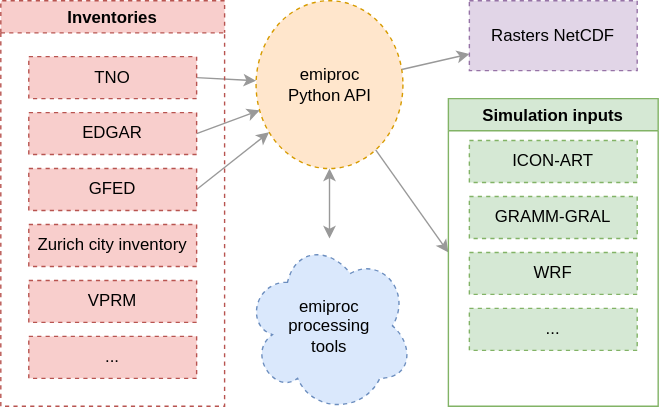
C2SM-RCM/emiproc keeps this draw.io diagram as docs/source/diagrams/pipeline.drawio.svg. Above is the earlier version. Source tidied: cells renumbered, new cells last; positions are measured from the earlier drawing's top-left corner, leaving out a move shared by most shapes.
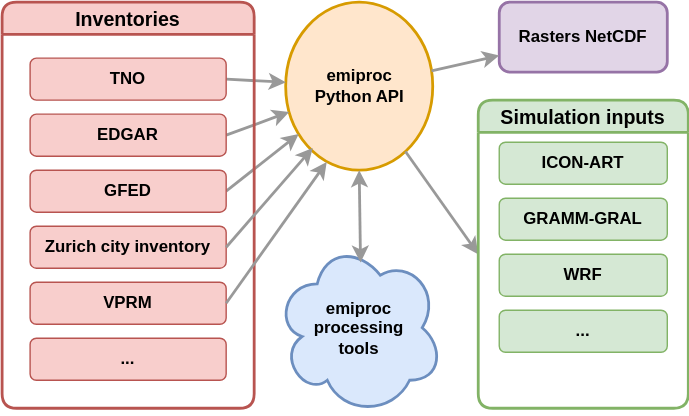
After the change.

Diff of the diagram source:
```diff
@@ -2,68 +2,78 @@
   <root>
     <mxCell id="0" />
     <mxCell id="1" parent="0" />
-    <mxCell id="2" value="emiproc&lt;br&gt;Python API" style="ellipse;whiteSpace=wrap;html=1;dashed=1;fillColor=#ffe6cc;strokeColor=#d79b00;" parent="1" vertex="1">
+    <mxCell id="2" value="emiproc&lt;br style=&quot;font-size: 12px;&quot;&gt;Python API" style="ellipse;whiteSpace=wrap;html=1;fillColor=#ffe6cc;strokeColor=#d79b00;strokeWidth=2;fontFamily=Helvetica;shadow=0;sketch=0;fontSize=12;fontStyle=1;" parent="1" vertex="1">
       <mxGeometry x="182.5" width="105" height="120" as="geometry" />
     </mxCell>
-    <mxCell id="3" style="endArrow=classic;html=1;rounded=0;exitX=1;exitY=0.5;exitDx=0;exitDy=0;fillColor=#f5f5f5;strokeColor=#999999;" parent="1" edge="1" source="11" target="2">
+    <mxCell id="3" style="endArrow=classic;html=1;rounded=0;exitX=1;exitY=0.5;exitDx=0;exitDy=0;fillColor=#f5f5f5;strokeColor=#999999;strokeWidth=2;fontFamily=Helvetica;shadow=0;sketch=0;fontStyle=1;" parent="1" edge="1" source="11" target="2">
       <mxGeometry relative="1" as="geometry" />
     </mxCell>
-    <mxCell id="4" style="endArrow=classic;html=1;rounded=0;fillColor=#f5f5f5;strokeColor=#999999;exitX=1;exitY=0.5;exitDx=0;exitDy=0;" parent="1" edge="1" source="12" target="2">
+    <mxCell id="4" style="endArrow=classic;html=1;fillColor=#f5f5f5;strokeColor=#999999;exitX=1;exitY=0.5;exitDx=0;exitDy=0;strokeWidth=2;fontFamily=Helvetica;shadow=0;sketch=0;jumpStyle=none;rounded=0;fontStyle=1;" parent="1" edge="1" source="12" target="2">
       <mxGeometry relative="1" as="geometry" />
     </mxCell>
-    <mxCell id="5" style="endArrow=classic;html=1;rounded=0;exitX=1;exitY=0.5;exitDx=0;exitDy=0;fillColor=#f5f5f5;strokeColor=#999999;" parent="1" edge="1" source="9" target="2">
+    <mxCell id="5" style="endArrow=classic;html=1;rounded=0;exitX=1;exitY=0.5;exitDx=0;exitDy=0;fillColor=#f5f5f5;strokeColor=#999999;strokeWidth=2;fontFamily=Helvetica;shadow=0;sketch=0;fontStyle=1;" parent="1" edge="1" source="9" target="2">
       <mxGeometry relative="1" as="geometry" />
     </mxCell>
-    <mxCell id="6" value="emiproc&lt;br&gt;processing&lt;br&gt;tools" style="ellipse;shape=cloud;whiteSpace=wrap;html=1;dashed=1;fillColor=#dae8fc;strokeColor=#6c8ebf;" parent="1" vertex="1">
+    <mxCell id="6" value="emiproc&lt;br style=&quot;font-size: 12px;&quot;&gt;processing&lt;br style=&quot;font-size: 12px;&quot;&gt;tools" style="ellipse;shape=cloud;whiteSpace=wrap;html=1;fillColor=#dae8fc;strokeColor=#6c8ebf;strokeWidth=2;fontFamily=Helvetica;shadow=0;sketch=0;fontSize=12;fontStyle=1;" parent="1" vertex="1">
       <mxGeometry x="175" y="170" width="120" height="125" as="geometry" />
     </mxCell>
-    <mxCell id="7" style="endArrow=classic;html=1;rounded=0;entryX=0;entryY=0.5;entryDx=0;entryDy=0;fillColor=#f5f5f5;strokeColor=#999999;" parent="1" edge="1" source="2" target="15">
+    <mxCell id="7" style="endArrow=classic;html=1;rounded=0;entryX=0;entryY=0.5;entryDx=0;entryDy=0;fillColor=#f5f5f5;strokeColor=#999999;strokeWidth=2;fontFamily=Helvetica;shadow=0;sketch=0;fontStyle=1;" parent="1" edge="1" source="2" target="15">
       <mxGeometry relative="1" as="geometry" />
     </mxCell>
-    <mxCell id="8" value="Inventories" style="swimlane;dashed=1;fillColor=#f8cecc;strokeColor=#b85450;" parent="1" vertex="1">
-      <mxGeometry width="160" height="290" as="geometry" />
+    <mxCell id="8" value="Inventories" style="swimlane;fillColor=#f8cecc;strokeColor=#b85450;strokeWidth=2;fontFamily=Helvetica;shadow=0;rounded=1;sketch=0;fontSize=14;fontStyle=1;" parent="1" vertex="1">
+      <mxGeometry x="-20" width="180" height="290" as="geometry" />
     </mxCell>
-    <mxCell id="9" value="EDGAR" style="rounded=0;whiteSpace=wrap;html=1;dashed=1;fillColor=#f8cecc;strokeColor=#b85450;" parent="8" vertex="1">
-      <mxGeometry x="20" y="80" width="120" height="30" as="geometry" />
+    <mxCell id="9" value="EDGAR" style="rounded=1;whiteSpace=wrap;html=1;fillColor=#f8cecc;strokeColor=#b85450;strokeWidth=1;fontFamily=Helvetica;shadow=0;sketch=0;fontStyle=1;" parent="8" vertex="1">
+      <mxGeometry x="20" y="80" width="140" height="30" as="geometry" />
     </mxCell>
-    <mxCell id="10" value="..." style="rounded=0;whiteSpace=wrap;html=1;dashed=1;fillColor=#f8cecc;strokeColor=#b85450;" parent="8" vertex="1">
-      <mxGeometry x="20" y="240" width="120" height="30" as="geometry" />
+    <mxCell id="10" value="..." style="rounded=1;whiteSpace=wrap;html=1;fillColor=#f8cecc;strokeColor=#b85450;strokeWidth=1;fontFamily=Helvetica;shadow=0;sketch=0;fontStyle=1;" parent="8" vertex="1">
+      <mxGeometry x="20" y="240" width="140" height="30" as="geometry" />
     </mxCell>
-    <mxCell id="11" value="TNO" style="rounded=0;whiteSpace=wrap;html=1;dashed=1;fillColor=#f8cecc;strokeColor=#b85450;" parent="8" vertex="1">
-      <mxGeometry x="20" y="40" width="120" height="30" as="geometry" />
+    <mxCell id="11" value="TNO" style="rounded=1;whiteSpace=wrap;html=1;fillColor=#f8cecc;strokeColor=#b85450;strokeWidth=1;fontFamily=Helvetica;shadow=0;sketch=0;fontStyle=1;" parent="8" vertex="1">
+      <mxGeometry x="20" y="40" width="140" height="30" as="geometry" />
     </mxCell>
-    <mxCell id="12" value="GFED" style="rounded=0;whiteSpace=wrap;html=1;dashed=1;fillColor=#f8cecc;strokeColor=#b85450;" parent="8" vertex="1">
-      <mxGeometry x="20" y="120" width="120" height="30" as="geometry" />
+    <mxCell id="12" value="GFED" style="rounded=1;whiteSpace=wrap;html=1;fillColor=#f8cecc;strokeColor=#b85450;strokeWidth=1;fontFamily=Helvetica;shadow=0;sketch=0;fontStyle=1;" parent="8" vertex="1">
+      <mxGeometry x="20" y="120" width="140" height="30" as="geometry" />
     </mxCell>
-    <mxCell id="13" value="Zurich city inventory" style="rounded=0;whiteSpace=wrap;html=1;dashed=1;fillColor=#f8cecc;strokeColor=#b85450;" parent="8" vertex="1">
-      <mxGeometry x="20" y="160" width="120" height="30" as="geometry" />
+    <mxCell id="13" value="Zurich city inventory" style="rounded=1;whiteSpace=wrap;html=1;fillColor=#f8cecc;strokeColor=#b85450;strokeWidth=1;fontFamily=Helvetica;shadow=0;sketch=0;fontStyle=1;" parent="8" vertex="1">
+      <mxGeometry x="20" y="160" width="140" height="30" as="geometry" />
     </mxCell>
-    <mxCell id="14" value="VPRM" style="rounded=0;whiteSpace=wrap;html=1;dashed=1;fillColor=#f8cecc;strokeColor=#b85450;" parent="8" vertex="1">
-      <mxGeometry x="20" y="200" width="120" height="30" as="geometry" />
+    <mxCell id="14" value="VPRM" style="rounded=1;whiteSpace=wrap;html=1;fillColor=#f8cecc;strokeColor=#b85450;strokeWidth=1;fontFamily=Helvetica;shadow=0;sketch=0;fontStyle=1;" parent="8" vertex="1">
+      <mxGeometry x="20" y="200" width="140" height="30" as="geometry" />
     </mxCell>
-    <mxCell id="15" value="Simulation inputs" style="swimlane;fillColor=#d5e8d4;strokeColor=#82b366;" parent="1" vertex="1">
+    <mxCell id="15" value="Simulation inputs" style="swimlane;fillColor=#d5e8d4;strokeColor=#82b366;strokeWidth=2;fontFamily=Helvetica;shadow=0;rounded=1;sketch=0;fontSize=14;fontStyle=1;" parent="1" vertex="1">
       <mxGeometry x="320" y="70" width="150" height="220" as="geometry" />
     </mxCell>
-    <mxCell id="16" value="ICON-ART" style="rounded=0;whiteSpace=wrap;html=1;dashed=1;fillColor=#d5e8d4;strokeColor=#82b366;" parent="15" vertex="1">
+    <mxCell id="16" value="ICON-ART" style="rounded=1;whiteSpace=wrap;html=1;fillColor=#d5e8d4;strokeColor=#82b366;strokeWidth=1;fontFamily=Helvetica;shadow=0;sketch=0;fontStyle=1;" parent="15" vertex="1">
       <mxGeometry x="15" y="30" width="120" height="30" as="geometry" />
     </mxCell>
-    <mxCell id="17" value="GRAMM-GRAL" style="rounded=0;whiteSpace=wrap;html=1;dashed=1;fillColor=#d5e8d4;strokeColor=#82b366;" parent="15" vertex="1">
+    <mxCell id="17" value="GRAMM-GRAL" style="rounded=1;whiteSpace=wrap;html=1;fillColor=#d5e8d4;strokeColor=#82b366;strokeWidth=1;fontFamily=Helvetica;shadow=0;sketch=0;fontStyle=1;" parent="15" vertex="1">
       <mxGeometry x="15" y="70" width="120" height="30" as="geometry" />
     </mxCell>
-    <mxCell id="18" value="WRF" style="rounded=0;whiteSpace=wrap;html=1;dashed=1;fillColor=#d5e8d4;strokeColor=#82b366;" parent="15" vertex="1">
+    <mxCell id="18" value="WRF" style="rounded=1;whiteSpace=wrap;html=1;fillColor=#d5e8d4;strokeColor=#82b366;strokeWidth=1;fontFamily=Helvetica;shadow=0;sketch=0;fontStyle=1;" parent="15" vertex="1">
       <mxGeometry x="15" y="110" width="120" height="30" as="geometry" />
     </mxCell>
-    <mxCell id="19" value="..." style="rounded=0;whiteSpace=wrap;html=1;dashed=1;fillColor=#d5e8d4;strokeColor=#82b366;" parent="15" vertex="1">
+    <mxCell id="19" value="..." style="rounded=1;whiteSpace=wrap;html=1;fillColor=#d5e8d4;strokeColor=#82b366;strokeWidth=1;fontFamily=Helvetica;shadow=0;sketch=0;fontStyle=1;" parent="15" vertex="1">
       <mxGeometry x="15" y="150" width="120" height="30" as="geometry" />
     </mxCell>
-    <mxCell id="20" style="endArrow=classic;html=1;rounded=0;fillColor=#f5f5f5;strokeColor=#999999;startArrow=classic;startFill=1;" parent="1" edge="1" source="6" target="2">
+    <mxCell id="20" style="endArrow=classic;html=1;rounded=0;fillColor=#f5f5f5;strokeColor=#999999;startArrow=classic;startFill=1;strokeWidth=2;fontFamily=Helvetica;shadow=0;sketch=0;exitX=0.508;exitY=0.128;exitDx=0;exitDy=0;exitPerimeter=0;fontStyle=1;" parent="1" edge="1" source="6" target="2">
       <mxGeometry relative="1" as="geometry" />
     </mxCell>
-    <mxCell id="21" value="Rasters NetCDF" style="rounded=0;whiteSpace=wrap;html=1;dashed=1;fillColor=#e1d5e7;strokeColor=#9673a6;" parent="1" vertex="1">
+    <mxCell id="21" value="Rasters NetCDF" style="rounded=1;whiteSpace=wrap;html=1;fillColor=#e1d5e7;strokeColor=#9673a6;strokeWidth=2;fontFamily=Helvetica;shadow=0;sketch=0;fontStyle=1;" parent="1" vertex="1">
       <mxGeometry x="335" width="120" height="50" as="geometry" />
     </mxCell>
-    <mxCell id="22" style="endArrow=classic;html=1;rounded=0;fillColor=#f5f5f5;strokeColor=#999999;" parent="1" edge="1" source="2" target="21">
+    <mxCell id="22" style="endArrow=classic;html=1;rounded=0;fillColor=#f5f5f5;strokeColor=#999999;strokeWidth=2;fontFamily=Helvetica;shadow=0;sketch=0;fontStyle=1;" parent="1" edge="1" source="2" target="21">
       <mxGeometry relative="1" as="geometry" />
     </mxCell>
+    <mxCell id="23" style="endArrow=classic;html=1;rounded=0;fillColor=#f5f5f5;strokeColor=#999999;exitX=1;exitY=0.5;exitDx=0;exitDy=0;strokeWidth=2;fontFamily=Helvetica;shadow=0;sketch=0;fontStyle=1;" parent="1" edge="1" source="13">
+      <mxGeometry relative="1" as="geometry">
+        <mxPoint x="201.8" y="104.1" as="targetPoint" />
+      </mxGeometry>
+    </mxCell>
+    <mxCell id="24" style="endArrow=classic;html=1;rounded=0;fillColor=#f5f5f5;strokeColor=#999999;exitX=1;exitY=0.5;exitDx=0;exitDy=0;strokeWidth=2;fontFamily=Helvetica;shadow=0;sketch=0;fontStyle=1;" parent="1" edge="1" source="14">
+      <mxGeometry relative="1" as="geometry">
+        <mxPoint x="211.8" y="114.1" as="targetPoint" />
+      </mxGeometry>
+    </mxCell>
   </root>
 </mxGraphModel>
```
